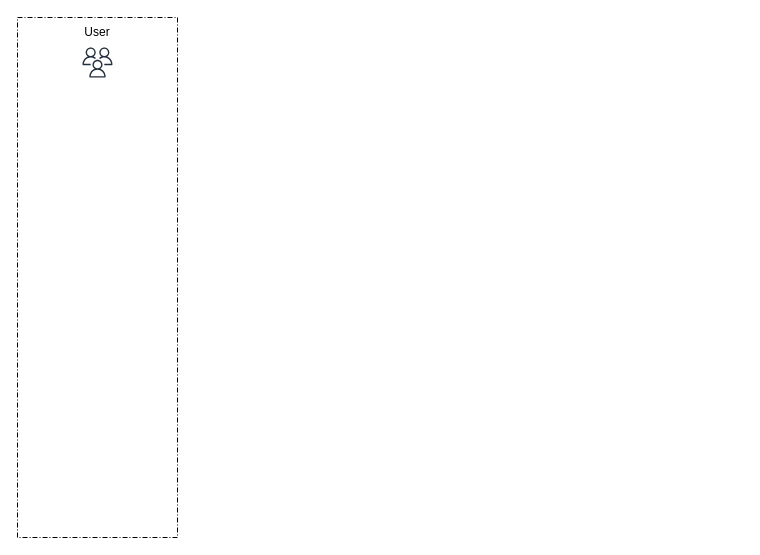
This is page "Register and Auth flow" (1 of 2) of JWT Auth Diagram.drawio from sovanminea/diagram-base, a draw.io file, before an edit. Source tidied: cells renumbered, new cells numbered last; positions are measured from the earlier drawing's top-left corner, leaving out a move shared by most shapes. Both pictures are drawn from the tidied source at 100%, with x=0, y=0 at pixel (17, 17).
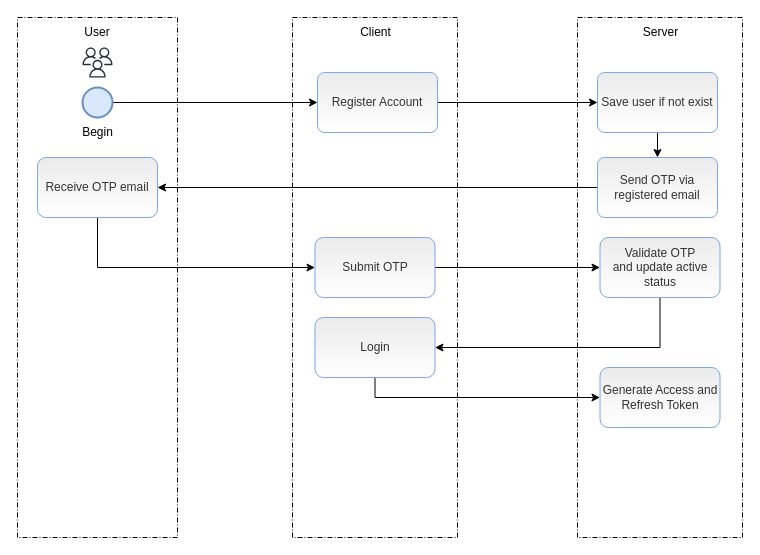
Above is the later version.

What changed in the source:
```diff
@@
+    <mxCell id="6" style="rounded=1;dashed=1;dashPattern=5 2 1 2;labelPosition=center;verticalLabelPosition=middle;align=center;verticalAlign=middle;fontSize=8;html=1;whiteSpace=wrap;arcSize=0;" parent="1" vertex="1">
+      <mxGeometry x="275" width="165" height="520" as="geometry" />
+    </mxCell>
+    <mxCell id="7" style="rounded=1;dashed=1;dashPattern=5 2 1 2;labelPosition=center;verticalLabelPosition=middle;align=center;verticalAlign=middle;fontSize=8;html=1;whiteSpace=wrap;arcSize=0;" parent="1" vertex="1">
+      <mxGeometry x="560" width="165" height="520" as="geometry" />
+    </mxCell>
+    <mxCell id="8" value="Client" style="text;html=1;align=center;verticalAlign=middle;strokeColor=none;fillColor=none;" parent="1" vertex="1">
+      <mxGeometry x="332.5" width="50" height="30" as="geometry" />
+    </mxCell>
+    <mxCell id="9" value="Server" style="text;html=1;align=center;verticalAlign=middle;strokeColor=none;fillColor=none;" parent="1" vertex="1">
+      <mxGeometry x="612.5" width="60" height="30" as="geometry" />
+    </mxCell>
+    <mxCell id="10" style="edgeStyle=orthogonalEdgeStyle;rounded=0;jettySize=auto;html=1;entryX=0;entryY=0.5;entryDx=0;entryDy=0;" parent="1" edge="1" source="11" target="14">
+      <mxGeometry relative="1" as="geometry" />
+    </mxCell>
+    <mxCell id="11" style="verticalLabelPosition=bottom;verticalAlign=top;html=1;shape=mxgraph.flowchart.on-page_reference;fillColor=#dae8fc;strokeColor=#6c8ebf;gradientColor=none;shadow=0;strokeWidth=2;" parent="1" vertex="1">
+      <mxGeometry x="65" y="70" width="30" height="30" as="geometry" />
+    </mxCell>
+    <mxCell id="12" value="Begin" style="text;html=1;align=center;verticalAlign=middle;strokeColor=none;fillColor=none;" parent="1" vertex="1">
+      <mxGeometry x="55" y="100" width="50" height="30" as="geometry" />
+    </mxCell>
+    <mxCell id="13" style="edgeStyle=orthogonalEdgeStyle;rounded=0;jettySize=auto;html=1;" parent="1" edge="1" source="14" target="16">
+      <mxGeometry relative="1" as="geometry" />
+    </mxCell>
+    <mxCell id="14" value="Register Account" style="rounded=1;whiteSpace=wrap;html=1;absoluteArcSize=1;arcSize=14;strokeWidth=1;fillColor=#EBEBEB;fontColor=#333333;strokeColor=#7EA6E0;gradientColor=#FFFFFF;" parent="1" vertex="1">
+      <mxGeometry x="300" y="55" width="120" height="60" as="geometry" />
+    </mxCell>
+    <mxCell id="15" style="edgeStyle=orthogonalEdgeStyle;rounded=0;jettySize=auto;html=1;" parent="1" edge="1" source="16" target="18">
+      <mxGeometry relative="1" as="geometry" />
+    </mxCell>
+    <mxCell id="16" value="Save user if not exist" style="rounded=1;whiteSpace=wrap;html=1;absoluteArcSize=1;arcSize=14;strokeWidth=1;fillColor=#EBEBEB;fontColor=#333333;strokeColor=#7EA6E0;gradientColor=#FFFFFF;" parent="1" vertex="1">
+      <mxGeometry x="580" y="55" width="120" height="60" as="geometry" />
+    </mxCell>
+    <mxCell id="17" style="edgeStyle=orthogonalEdgeStyle;rounded=0;jettySize=auto;html=1;" parent="1" edge="1" source="18" target="24">
+      <mxGeometry relative="1" as="geometry" />
+    </mxCell>
+    <mxCell id="18" value="Send OTP via registered email" style="rounded=1;whiteSpace=wrap;html=1;absoluteArcSize=1;arcSize=14;strokeWidth=1;fillColor=#EBEBEB;fontColor=#333333;strokeColor=#7EA6E0;gradientColor=#FFFFFF;" parent="1" vertex="1">
+      <mxGeometry x="580" y="140" width="120" height="60" as="geometry" />
+    </mxCell>
+    <mxCell id="19" style="edgeStyle=orthogonalEdgeStyle;rounded=0;jettySize=auto;html=1;" parent="1" edge="1" source="20" target="22">
+      <mxGeometry relative="1" as="geometry" />
+    </mxCell>
+    <mxCell id="20" value="Submit OTP" style="whiteSpace=wrap;html=1;fillColor=#EBEBEB;strokeColor=#7EA6E0;fontColor=#333333;rounded=1;arcSize=14;strokeWidth=1;gradientColor=#FFFFFF;" parent="1" vertex="1">
+      <mxGeometry x="297.5" y="220" width="120" height="60" as="geometry" />
+    </mxCell>
+    <mxCell id="21" style="edgeStyle=orthogonalEdgeStyle;rounded=0;jettySize=auto;html=1;" parent="1" edge="1" source="22" target="26">
+      <mxGeometry relative="1" as="geometry">
+        <Array as="points">
+          <mxPoint x="643" y="330" />
+        </Array>
+      </mxGeometry>
+    </mxCell>
+    <mxCell id="22" value="Validate OTP&lt;div&gt;and update active status&lt;/div&gt;" style="whiteSpace=wrap;html=1;fillColor=#EBEBEB;strokeColor=#7EA6E0;fontColor=#333333;rounded=1;arcSize=14;strokeWidth=1;gradientColor=#FFFFFF;" parent="1" vertex="1">
+      <mxGeometry x="582.5" y="220" width="120" height="60" as="geometry" />
+    </mxCell>
+    <mxCell id="23" style="edgeStyle=orthogonalEdgeStyle;rounded=0;jettySize=auto;html=1;entryX=0;entryY=0.5;entryDx=0;entryDy=0;" parent="1" edge="1" source="24" target="20">
+      <mxGeometry relative="1" as="geometry">
+        <Array as="points">
+          <mxPoint x="80" y="250" />
+        </Array>
+      </mxGeometry>
+    </mxCell>
+    <mxCell id="24" value="Receive OTP email" style="rounded=1;whiteSpace=wrap;html=1;fillColor=#EBEBEB;strokeColor=#7EA6E0;fontColor=#333333;arcSize=14;strokeWidth=1;gradientColor=#FFFFFF;" parent="1" vertex="1">
+      <mxGeometry x="20" y="140" width="120" height="60" as="geometry" />
+    </mxCell>
+    <mxCell id="25" style="edgeStyle=orthogonalEdgeStyle;rounded=0;jettySize=auto;html=1;" parent="1" edge="1" source="26" target="27">
+      <mxGeometry relative="1" as="geometry">
+        <Array as="points">
+          <mxPoint x="358" y="380" />
+        </Array>
+      </mxGeometry>
+    </mxCell>
+    <mxCell id="26" value="Login" style="rounded=1;whiteSpace=wrap;html=1;fillColor=#EBEBEB;strokeColor=#7EA6E0;fontColor=#333333;arcSize=14;strokeWidth=1;gradientColor=#FFFFFF;" parent="1" vertex="1">
+      <mxGeometry x="297.5" y="300" width="120" height="60" as="geometry" />
+    </mxCell>
+    <mxCell id="27" value="Generate Access and Refresh Token" style="rounded=1;whiteSpace=wrap;html=1;fillColor=#EBEBEB;strokeColor=#7EA6E0;fontColor=#333333;arcSize=14;strokeWidth=1;gradientColor=#FFFFFF;" parent="1" vertex="1">
+      <mxGeometry x="582.5" y="350" width="120" height="60" as="geometry" />
+    </mxCell>
```
